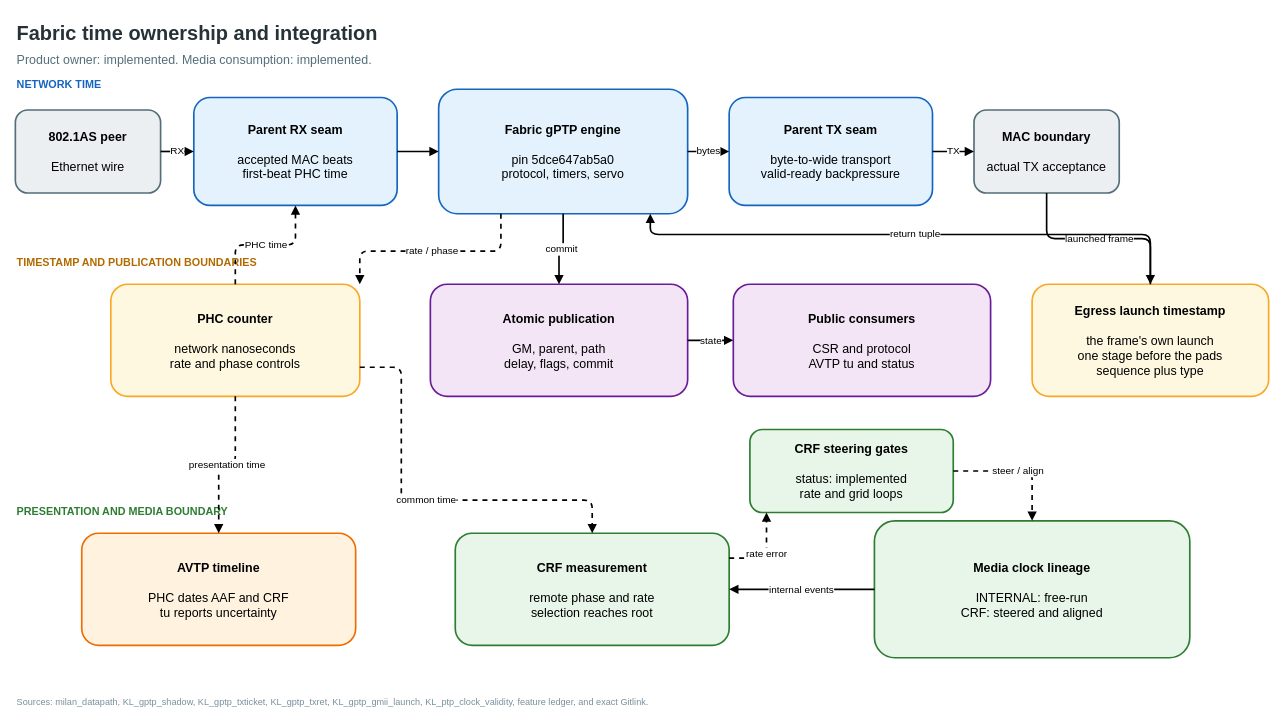
kebag-logic/milan-fpga keeps this draw.io diagram as docs/diagrams/timesync_chain.drawio. Above is the earlier version. Source tidied: cells renumbered, new cells numbered last; positions are measured from the earlier drawing's top-left corner, leaving out a move shared by most shapes. Both pictures are drawn from the tidied source at 83%, with x=0, y=0 at pixel (15, 14).
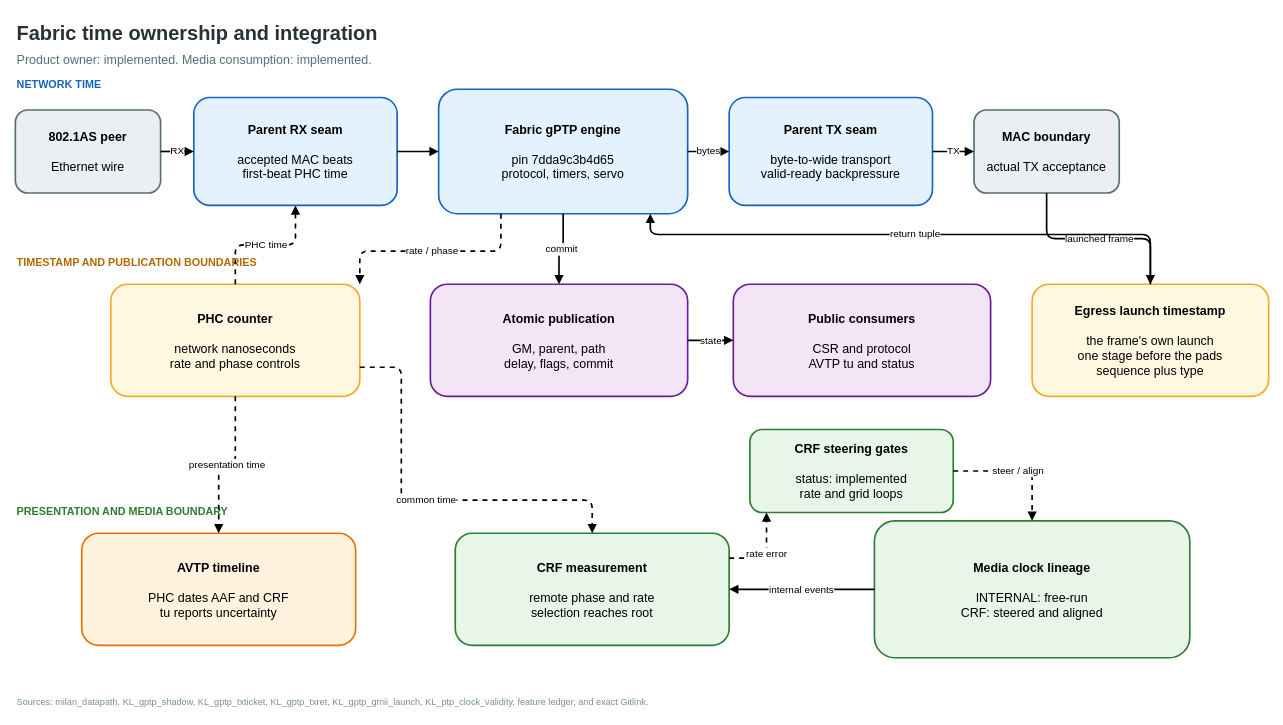
After the change.

What changed in the source:
```diff
@@
-    <mxCell id="10" value="&lt;b&gt;Fabric gPTP engine&lt;/b&gt;&lt;br&gt;&lt;br&gt;pin 5dce647ab5a0&lt;br&gt;protocol, timers, servo" style="rounded=1;whiteSpace=wrap;html=1;verticalAlign=middle;align=center;fontSize=15;strokeWidth=2;fillColor=#E3F2FD;strokeColor=#1565C0;" parent="1" vertex="1">
+    <mxCell id="10" value="&lt;b&gt;Fabric gPTP engine&lt;/b&gt;&lt;br&gt;&lt;br&gt;pin 7dda9c3b4d65&lt;br&gt;protocol, timers, servo" style="rounded=1;whiteSpace=wrap;html=1;verticalAlign=middle;align=center;fontSize=15;strokeWidth=2;fillColor=#E3F2FD;strokeColor=#1565C0;" parent="1" vertex="1">
       <mxGeometry x="510" y="90" width="300" height="150" as="geometry" />
     </mxCell>
```
